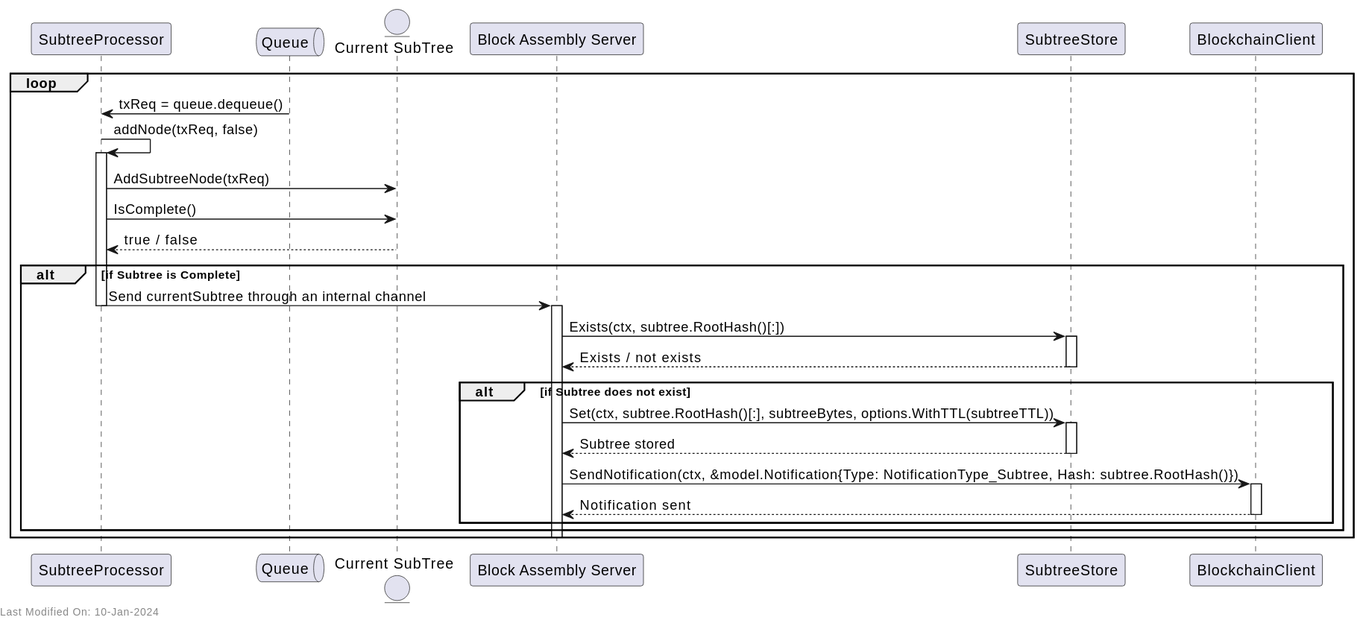
Above: docs/services/img/plantuml/blockassembly/block_assembly_add_tx_to_subtree.svg in freemans13/teranode (PlantUML), before the change. Its source is kept beside it as docs/services/img/plantuml/blockassembly/block_assembly_add_tx_to_subtree.puml.
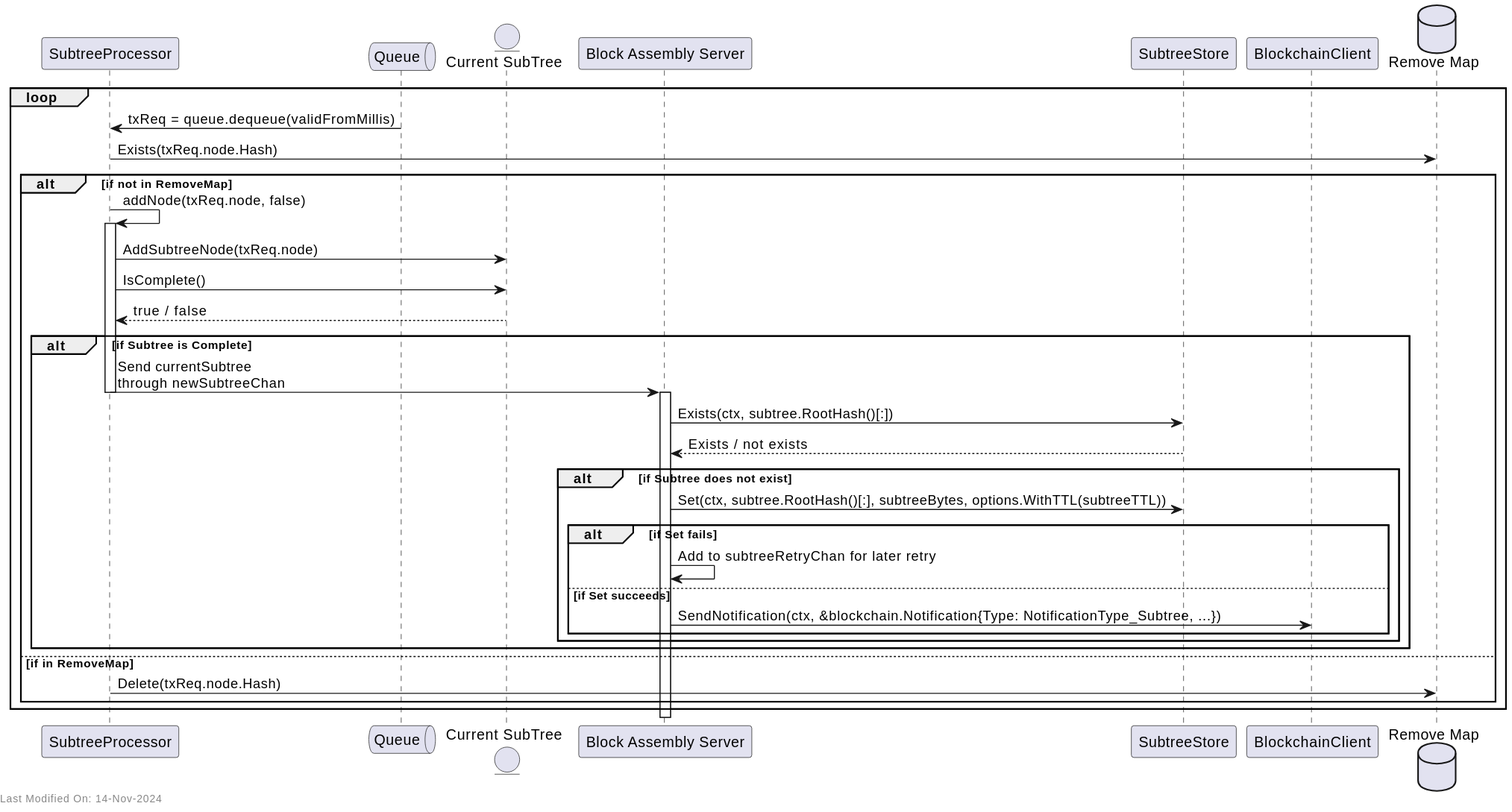
After the change.

Commit message:
Documentation - restructure Block Assembly documentation for better separation of design and reference documents #1399

Diff of the diagram source:
```diff
@@ -5,38 +5,37 @@
 participant "Block Assembly Server" as Server
 participant "SubtreeStore" as Store
 participant "BlockchainClient" as Blockchain
+database "Remove Map" as RemoveMap
 
 loop
-    TxQueue -> SubtreeProc : txReq = queue.dequeue()
-    SubtreeProc -> SubtreeProc : addNode(txReq, false)
-    activate SubtreeProc
-    SubtreeProc -> currentSubtree : AddSubtreeNode(txReq)
-    SubtreeProc -> currentSubtree : IsComplete()
-    currentSubtree --> SubtreeProc : true / false
+    TxQueue -> SubtreeProc : txReq = queue.dequeue(validFromMillis)
+    SubtreeProc -> RemoveMap : Exists(txReq.node.Hash)
+    alt if not in RemoveMap
+        SubtreeProc -> SubtreeProc : addNode(txReq.node, false)
+        activate SubtreeProc
+        SubtreeProc -> currentSubtree : AddSubtreeNode(txReq.node)
+        SubtreeProc -> currentSubtree : IsComplete()
+        currentSubtree --> SubtreeProc : true / false
 
-    alt if Subtree is Complete
-        SubtreeProc -> Server : Send currentSubtree through an internal channel
-        deactivate SubtreeProc
-        activate Server
-        Server -> Store : Exists(ctx, subtree.RootHash()[:])
-        activate Store
-        Store --> Server : Exists / not exists
-        deactivate Store
+        alt if Subtree is Complete
+            SubtreeProc -> Server : Send currentSubtree \nthrough newSubtreeChan
+            deactivate SubtreeProc
+            activate Server
+            Server -> Store : Exists(ctx, subtree.RootHash()[:])
+            Store --> Server : Exists / not exists
 
-        alt if Subtree does not exist
-            Server -> Store : Set(ctx, subtree.RootHash()[:], subtreeBytes, options.WithTTL(subtreeTTL))
-            activate Store
-            Store --> Server : Subtree stored
-            deactivate Store
-
-            Server -> Blockchain : SendNotification(ctx, &model.Notification{Type: NotificationType_Subtree, Hash: subtree.RootHash()})
-            activate Blockchain
-            Blockchain --> Server : Notification sent
-            deactivate Blockchain
+            alt if Subtree does not exist
+                Server -> Store : Set(ctx, subtree.RootHash()[:], subtreeBytes, options.WithTTL(subtreeTTL))
+                alt if Set fails
+                    Server -> Server : Add to subtreeRetryChan for later retry
+                else if Set succeeds
+                    Server -> Blockchain : SendNotification(ctx, &blockchain.Notification{Type: NotificationType_Subtree, ...})
+                end
+            end
         end
+    else if in RemoveMap
+        SubtreeProc -> RemoveMap : Delete(txReq.node.Hash)
     end
-
-    deactivate Server
 end
 
 left footer Last Modified On: %date("dd-MMM-yyyy")
```
